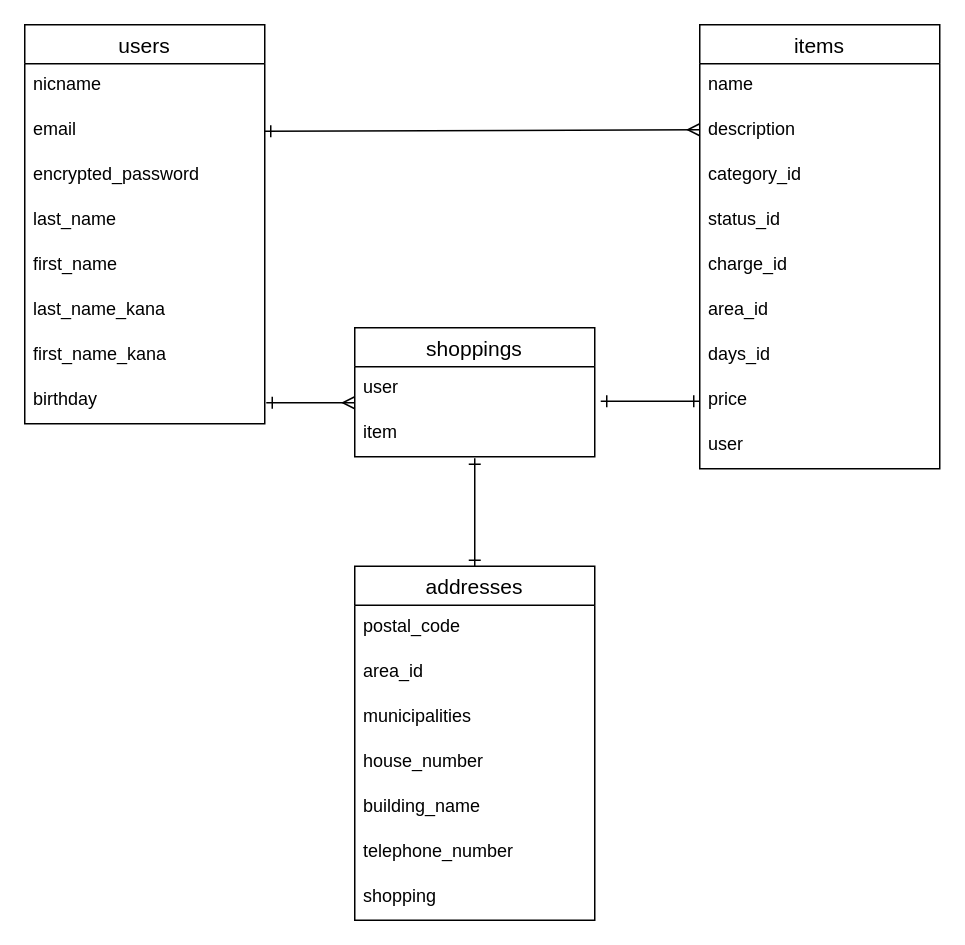
The draw.io diagram test.dio in ken1fuku/furima-37185, before the edit. Source tidied: cells renumbered, new cells numbered last; positions are measured from the earlier drawing's top-left corner, leaving out a move shared by most shapes. Both pictures are drawn from the tidied source at 150%, with x=0, y=0 at pixel (24, 24).
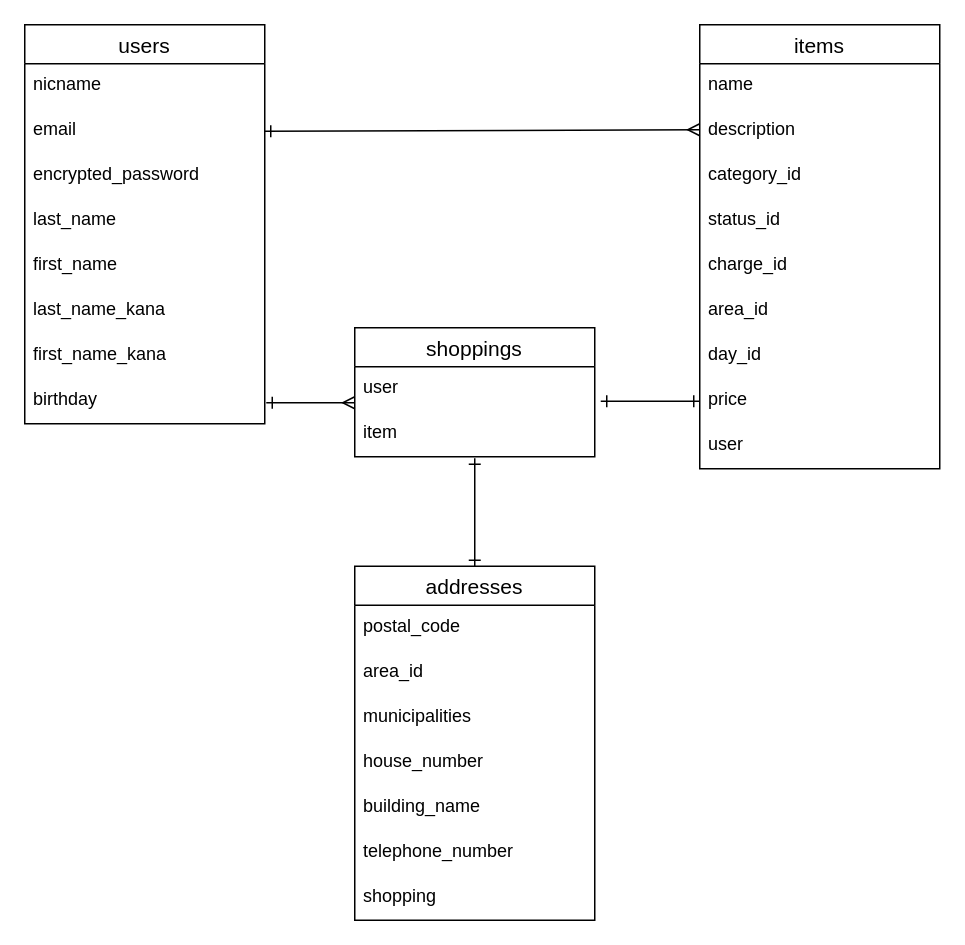
After the change.

Unchanged cells that the change refers to:
```xml
<mxCell id="11" value="items" style="swimlane;fontStyle=0;horizontal=1;startSize=26;align=center;fontSize=14;" parent="1" vertex="1">
  <mxGeometry x="450" width="160" height="296" as="geometry" />
</mxCell>
```

The edit, as a diff of the source:
```diff
@@
-    <mxCell id="18" value="days_id" style="text;strokeColor=none;fillColor=none;spacingLeft=4;spacingRight=4;overflow=hidden;fontSize=12;" parent="11" vertex="1">
+    <mxCell id="18" value="day_id" style="text;strokeColor=none;fillColor=none;spacingLeft=4;spacingRight=4;overflow=hidden;fontSize=12;" parent="11" vertex="1">
       <mxGeometry y="206" width="160" height="30" as="geometry" />
     </mxCell>
```
